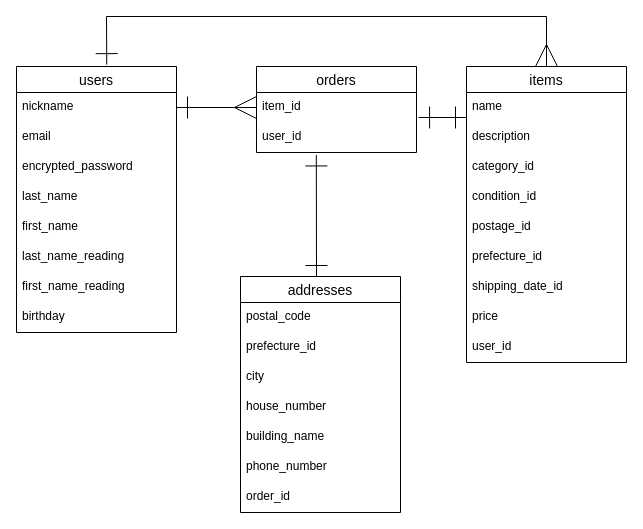
haruharuGit/furima-41687 keeps this draw.io diagram as ER.dio. Above is the earlier version. Source tidied: cells renumbered, new cells numbered last; positions are measured from the earlier drawing's top-left corner, leaving out a move shared by most shapes. Both pictures are drawn from the tidied source at 100%, with x=0, y=0 at pixel (16, 16).
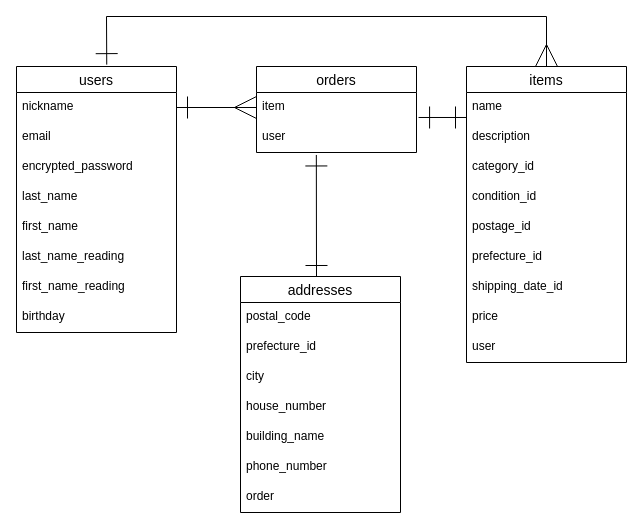
The same page after the edit.

Commit message (it also covers changes not shown here):
データベース設計(修正2)

Unchanged cells that the change refers to:
```xml
<mxCell id="14" value="items" style="swimlane;fontStyle=0;horizontal=1;startSize=26;align=center;fontSize=14;" parent="1" vertex="1">
  <mxGeometry x="450" y="50" width="160" height="296" as="geometry" />
</mxCell>
<mxCell id="24" value="orders" style="swimlane;fontStyle=0;horizontal=1;startSize=26;align=center;fontSize=14;" parent="1" vertex="1">
  <mxGeometry x="240" y="50" width="160" height="86" as="geometry" />
</mxCell>
<mxCell id="27" value="addresses" style="swimlane;fontStyle=0;horizontal=1;startSize=26;align=center;fontSize=14;" parent="1" vertex="1">
  <mxGeometry x="224" y="260" width="160" height="236" as="geometry" />
</mxCell>
```

Change to the diagram source:
```diff
@@
-    <mxCell id="23" value="user_id" style="text;strokeColor=none;fillColor=none;spacingLeft=4;spacingRight=4;overflow=hidden;fontSize=12;" parent="14" vertex="1">
+    <mxCell id="23" value="user" style="text;strokeColor=none;fillColor=none;spacingLeft=4;spacingRight=4;overflow=hidden;fontSize=12;" parent="14" vertex="1">
       <mxGeometry y="266" width="160" height="30" as="geometry" />
     </mxCell>
@@
-    <mxCell id="25" value="item_id" style="text;strokeColor=none;fillColor=none;spacingLeft=4;spacingRight=4;overflow=hidden;points=[[0,0.5],[1,0.5]];portConstraint=eastwest;fontSize=12;" parent="24" vertex="1">
+    <mxCell id="25" value="item" style="text;strokeColor=none;fillColor=none;spacingLeft=4;spacingRight=4;overflow=hidden;points=[[0,0.5],[1,0.5]];portConstraint=eastwest;fontSize=12;" parent="24" vertex="1">
       <mxGeometry y="26" width="160" height="30" as="geometry" />
     </mxCell>
-    <mxCell id="26" value="user_id" style="text;strokeColor=none;fillColor=none;spacingLeft=4;spacingRight=4;overflow=hidden;points=[[0,0.5],[1,0.5]];portConstraint=eastwest;fontSize=12;" parent="24" vertex="1">
+    <mxCell id="26" value="user" style="text;strokeColor=none;fillColor=none;spacingLeft=4;spacingRight=4;overflow=hidden;points=[[0,0.5],[1,0.5]];portConstraint=eastwest;fontSize=12;" parent="24" vertex="1">
       <mxGeometry y="56" width="160" height="30" as="geometry" />
     </mxCell>
@@
-    <mxCell id="34" value="order_id" style="text;strokeColor=none;fillColor=none;spacingLeft=4;spacingRight=4;overflow=hidden;fontSize=12;" parent="27" vertex="1">
+    <mxCell id="34" value="order" style="text;strokeColor=none;fillColor=none;spacingLeft=4;spacingRight=4;overflow=hidden;fontSize=12;" parent="27" vertex="1">
       <mxGeometry y="206" width="160" height="30" as="geometry" />
     </mxCell>
```
